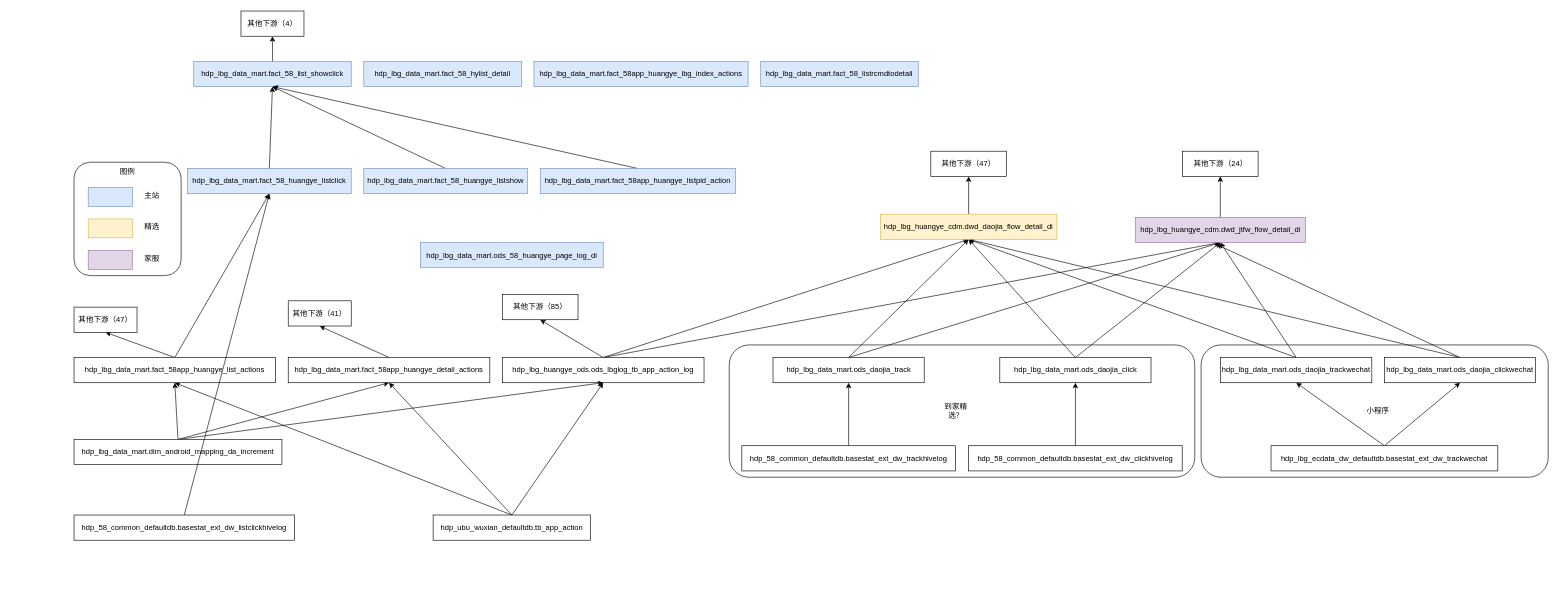
This is 未命名绘图.drawio from x841122987/draw, a draw.io file, before an edit. Source tidied: cells renumbered, new cells numbered last; positions are measured from the earlier drawing's top-left corner, leaving out a move shared by most shapes. Both pictures are drawn from the tidied source at 63%, with x=0, y=0 at pixel (74, 11).
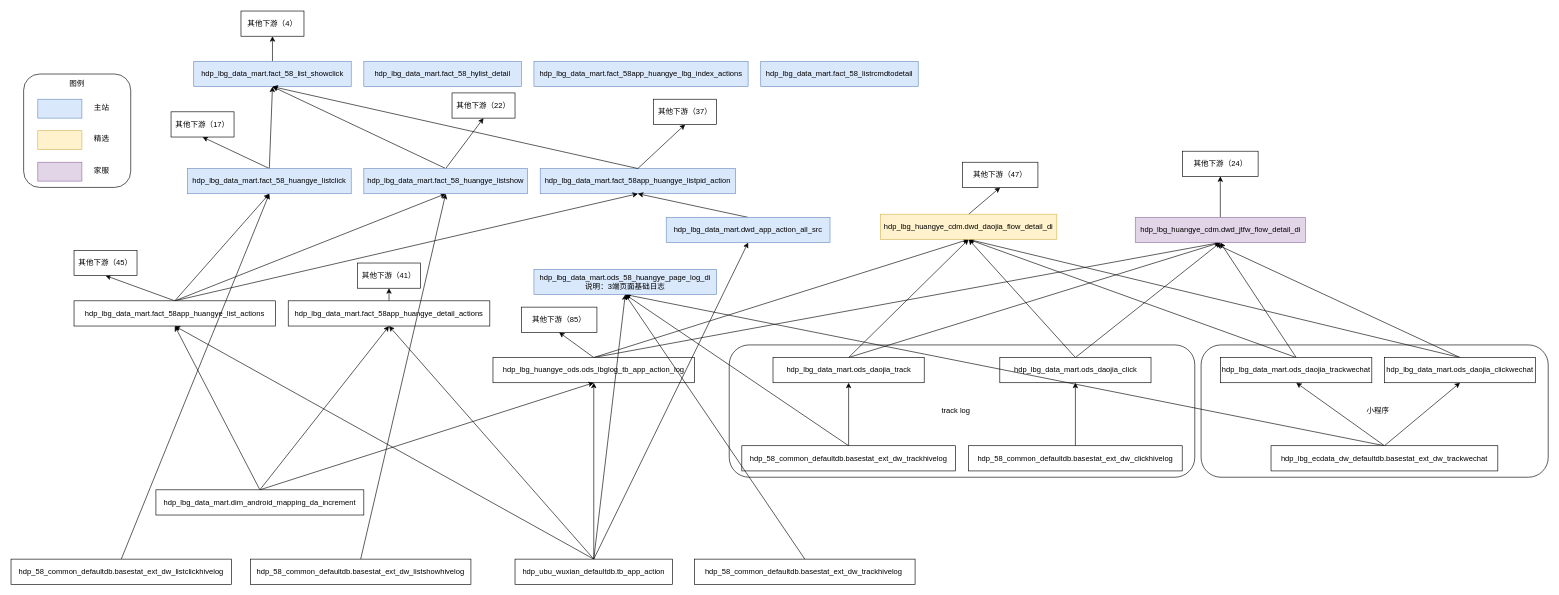
After the change.

Commit message:
更新未命名绘图.drawio

Unchanged cells that the change refers to:
```xml
<mxCell id="33" value="hdp_58_common_defaultdb.basestat_ext_dw_trackhivelog" style="rounded=0;whiteSpace=wrap;html=1;" parent="1" vertex="1">
  <mxGeometry x="1060" y="690" width="339" height="40" as="geometry" />
</mxCell>
<mxCell id="38" value="hdp_lbg_ecdata_dw_defaultdb.basestat_ext_dw_trackwechat" style="rounded=0;whiteSpace=wrap;html=1;" parent="1" vertex="1">
  <mxGeometry x="1900" y="690" width="360" height="40" as="geometry" />
</mxCell>
<mxCell id="67" value="hdp_lbg_data_mart.fact_58_huangye_listclick" style="rounded=0;whiteSpace=wrap;html=1;fillColor=#dae8fc;strokeColor=#6c8ebf;" parent="1" vertex="1">
  <mxGeometry x="180" y="250" width="260" height="40" as="geometry" />
</mxCell>
<mxCell id="69" value="hdp_lbg_data_mart.fact_58_huangye_listshow" style="rounded=0;whiteSpace=wrap;html=1;fillColor=#dae8fc;strokeColor=#6c8ebf;" parent="1" vertex="1">
  <mxGeometry x="460" y="250" width="260" height="40" as="geometry" />
</mxCell>
```

Diff of the diagram source:
```diff
@@
+    <mxCell id="71" value="hdp_lbg_data_mart.fact_58app_huangye_listpid_action" style="rounded=0;whiteSpace=wrap;html=1;fillColor=#dae8fc;strokeColor=#6c8ebf;" parent="1" vertex="1">
+      <mxGeometry x="740" y="250" width="310" height="40" as="geometry" />
+    </mxCell>
     <mxCell id="2" style="rounded=1;whiteSpace=wrap;html=1;" parent="1" vertex="1">
-      <mxGeometry y="240" width="170" height="180" as="geometry" />
+      <mxGeometry x="-80" y="100" width="170" height="180" as="geometry" />
     </mxCell>
@@
     <mxCell id="8" value="hdp_lbg_huangye_ods.ods_lbglog_tb_app_action_log" style="rounded=0;whiteSpace=wrap;html=1;" parent="1" vertex="1">
-      <mxGeometry x="680" y="550" width="320" height="40" as="geometry" />
+      <mxGeometry x="665" y="550" width="320" height="40" as="geometry" />
     </mxCell>
@@
     <mxCell id="12" value="hdp_lbg_data_mart.dim_android_mapping_da_increment" style="rounded=0;whiteSpace=wrap;html=1;" parent="1" vertex="1">
-      <mxGeometry y="680" width="330" height="40" as="geometry" />
+      <mxGeometry x="130" y="760" width="330" height="40" as="geometry" />
     </mxCell>
@@
+    <mxCell id="74" style="edgeStyle=none;rounded=0;jettySize=auto;html=1;exitX=0.5;exitY=0;exitDx=0;exitDy=0;entryX=0.5;entryY=1;entryDx=0;entryDy=0;" parent="1" edge="1" source="16" target="62">
+      <mxGeometry relative="1" as="geometry" />
+    </mxCell>
+    <mxCell id="75" style="edgeStyle=none;rounded=0;jettySize=auto;html=1;exitX=0.5;exitY=0;exitDx=0;exitDy=0;entryX=0.5;entryY=1;entryDx=0;entryDy=0;" parent="1" edge="1" source="16" target="89">
+      <mxGeometry relative="1" as="geometry" />
+    </mxCell>
     <mxCell id="16" value="hdp_ubu_wuxian_defaultdb.tb_app_action" style="rounded=0;whiteSpace=wrap;html=1;" parent="1" vertex="1">
-      <mxGeometry x="570" y="800" width="250" height="40" as="geometry" />
+      <mxGeometry x="700" y="870" width="250" height="40" as="geometry" />
     </mxCell>
     <mxCell id="17" value="其他下游（85）" style="rounded=0;whiteSpace=wrap;html=1;" parent="1" vertex="1">
-      <mxGeometry x="680" y="450" width="120" height="40" as="geometry" />
+      <mxGeometry x="710" y="470" width="120" height="40" as="geometry" />
     </mxCell>
@@
+    <mxCell id="76" style="edgeStyle=none;rounded=0;jettySize=auto;html=1;exitX=0.5;exitY=0;exitDx=0;exitDy=0;entryX=0.5;entryY=1;entryDx=0;entryDy=0;" parent="1" edge="1" source="21" target="69">
+      <mxGeometry relative="1" as="geometry" />
+    </mxCell>
+    <mxCell id="77" style="edgeStyle=none;rounded=0;jettySize=auto;html=1;exitX=0.5;exitY=0;exitDx=0;exitDy=0;entryX=0.5;entryY=1;entryDx=0;entryDy=0;" parent="1" edge="1" source="21" target="71">
+      <mxGeometry relative="1" as="geometry" />
+    </mxCell>
     <mxCell id="21" value="hdp_lbg_data_mart.fact_58app_huangye_list_actions" style="rounded=0;whiteSpace=wrap;html=1;" parent="1" vertex="1">
-      <mxGeometry y="550" width="320" height="40" as="geometry" />
+      <mxGeometry y="460" width="320" height="40" as="geometry" />
     </mxCell>
     <mxCell id="22" value="hdp_lbg_data_mart.fact_58app_huangye_detail_actions" style="rounded=0;whiteSpace=wrap;html=1;" parent="1" vertex="1">
-      <mxGeometry x="340" y="550" width="320" height="40" as="geometry" />
+      <mxGeometry x="340" y="460" width="320" height="40" as="geometry" />
     </mxCell>
     <mxCell id="23" value="其他下游（41）" style="rounded=0;whiteSpace=wrap;html=1;" parent="1" vertex="1">
-      <mxGeometry x="340" y="460" width="100" height="40" as="geometry" />
+      <mxGeometry x="450" y="400" width="100" height="40" as="geometry" />
     </mxCell>
-    <mxCell id="24" value="其他下游（47）" style="rounded=0;whiteSpace=wrap;html=1;" parent="1" vertex="1">
-      <mxGeometry y="470" width="100" height="40" as="geometry" />
+    <mxCell id="24" value="其他下游（45）" style="rounded=0;whiteSpace=wrap;html=1;" parent="1" vertex="1">
+      <mxGeometry y="380" width="100" height="40" as="geometry" />
     </mxCell>
@@
-    <mxCell id="28" value="到家精选？" style="text;html=1;strokeColor=none;fillColor=none;align=center;verticalAlign=middle;whiteSpace=wrap;rounded=0;" parent="1" vertex="1">
+    <mxCell id="28" value="track log" style="text;html=1;strokeColor=none;fillColor=none;align=center;verticalAlign=middle;whiteSpace=wrap;rounded=0;" parent="1" vertex="1">
       <mxGeometry x="1370" y="620" width="60" height="30" as="geometry" />
     </mxCell>
@@
+    <mxCell id="78" style="edgeStyle=none;rounded=0;jettySize=auto;html=1;exitX=0.5;exitY=0;exitDx=0;exitDy=0;entryX=0.5;entryY=1;entryDx=0;entryDy=0;" parent="1" edge="1" source="33" target="62">
+      <mxGeometry relative="1" as="geometry" />
+    </mxCell>
@@
+    <mxCell id="79" style="edgeStyle=none;rounded=0;jettySize=auto;html=1;exitX=0.5;exitY=0;exitDx=0;exitDy=0;entryX=0.5;entryY=1;entryDx=0;entryDy=0;" parent="1" edge="1" source="38" target="62">
+      <mxGeometry relative="1" as="geometry" />
+    </mxCell>
@@
     <mxCell id="48" style="rounded=0;whiteSpace=wrap;html=1;fillColor=#fff2cc;strokeColor=#d6b656;" parent="1" vertex="1">
-      <mxGeometry x="22.5" y="330" width="70" height="30" as="geometry" />
+      <mxGeometry x="-57.5" y="190" width="70" height="30" as="geometry" />
     </mxCell>
     <mxCell id="49" value="精选" style="text;html=1;strokeColor=none;fillColor=none;align=center;verticalAlign=middle;whiteSpace=wrap;rounded=0;" parent="1" vertex="1">
-      <mxGeometry x="94" y="327.5" width="60" height="30" as="geometry" />
+      <mxGeometry x="14" y="187.5" width="60" height="30" as="geometry" />
     </mxCell>
     <mxCell id="50" style="rounded=0;whiteSpace=wrap;html=1;fillColor=#dae8fc;strokeColor=#6c8ebf;" parent="1" vertex="1">
-      <mxGeometry x="22.5" y="280" width="70" height="30" as="geometry" />
+      <mxGeometry x="-57.5" y="140" width="70" height="30" as="geometry" />
     </mxCell>
     <mxCell id="51" value="主站" style="text;html=1;strokeColor=none;fillColor=none;align=center;verticalAlign=middle;whiteSpace=wrap;rounded=0;" parent="1" vertex="1">
-      <mxGeometry x="94" y="277.5" width="60" height="30" as="geometry" />
+      <mxGeometry x="14" y="137.5" width="60" height="30" as="geometry" />
     </mxCell>
     <mxCell id="52" style="rounded=0;whiteSpace=wrap;html=1;fillColor=#e1d5e7;strokeColor=#9673a6;" parent="1" vertex="1">
-      <mxGeometry x="22.5" y="380" width="70" height="30" as="geometry" />
+      <mxGeometry x="-57.5" y="240" width="70" height="30" as="geometry" />
     </mxCell>
     <mxCell id="53" value="家服" style="text;html=1;strokeColor=none;fillColor=none;align=center;verticalAlign=middle;whiteSpace=wrap;rounded=0;" parent="1" vertex="1">
-      <mxGeometry x="94" y="377.5" width="60" height="30" as="geometry" />
+      <mxGeometry x="14" y="237.5" width="60" height="30" as="geometry" />
     </mxCell>
     <mxCell id="54" value="图例" style="text;html=1;strokeColor=none;fillColor=none;align=center;verticalAlign=middle;whiteSpace=wrap;rounded=0;" parent="1" vertex="1">
-      <mxGeometry x="55" y="240" width="60" height="30" as="geometry" />
+      <mxGeometry x="-25" y="100" width="60" height="30" as="geometry" />
     </mxCell>
@@
     <mxCell id="58" value="其他下游（47）" style="rounded=0;whiteSpace=wrap;html=1;" parent="1" vertex="1">
-      <mxGeometry x="1360" y="222.5" width="120" height="40" as="geometry" />
+      <mxGeometry x="1410" y="240" width="120" height="40" as="geometry" />
     </mxCell>
@@
-    <mxCell id="62" value="hdp_lbg_data_mart.ods_58_huangye_page_log_di" style="rounded=0;whiteSpace=wrap;html=1;fillColor=#dae8fc;strokeColor=#6c8ebf;" parent="1" vertex="1">
-      <mxGeometry x="550" y="367.5" width="290" height="40" as="geometry" />
+    <mxCell id="62" value="hdp_lbg_data_mart.ods_58_huangye_page_log_di&lt;br&gt;说明：3端页面基础日志" style="rounded=0;whiteSpace=wrap;html=1;fillColor=#dae8fc;strokeColor=#6c8ebf;" parent="1" vertex="1">
+      <mxGeometry x="730" y="410" width="290" height="40" as="geometry" />
     </mxCell>
@@
+    <mxCell id="80" style="edgeStyle=none;rounded=0;jettySize=auto;html=1;exitX=0.5;exitY=0;exitDx=0;exitDy=0;entryX=0.5;entryY=1;entryDx=0;entryDy=0;" parent="1" edge="1" source="67" target="83">
+      <mxGeometry relative="1" as="geometry" />
+    </mxCell>
@@
+    <mxCell id="81" style="edgeStyle=none;rounded=0;jettySize=auto;html=1;exitX=0.5;exitY=0;exitDx=0;exitDy=0;entryX=0.5;entryY=1;entryDx=0;entryDy=0;" parent="1" edge="1" source="69" target="84">
+      <mxGeometry relative="1" as="geometry" />
+    </mxCell>
@@
-    <mxCell id="71" value="hdp_lbg_data_mart.fact_58app_huangye_listpid_action" style="rounded=0;whiteSpace=wrap;html=1;fillColor=#dae8fc;strokeColor=#6c8ebf;" parent="1" vertex="1">
-      <mxGeometry x="740" y="250" width="310" height="40" as="geometry" />
-    </mxCell>
+    <mxCell id="82" style="edgeStyle=none;rounded=0;jettySize=auto;html=1;exitX=0.5;exitY=0;exitDx=0;exitDy=0;entryX=0.5;entryY=1;entryDx=0;entryDy=0;" parent="1" edge="1" source="71" target="87">
+      <mxGeometry relative="1" as="geometry" />
+    </mxCell>
@@
     <mxCell id="73" value="hdp_58_common_defaultdb.basestat_ext_dw_listclickhivelog" style="rounded=0;whiteSpace=wrap;html=1;" parent="1" vertex="1">
-      <mxGeometry y="800" width="350" height="40" as="geometry" />
+      <mxGeometry x="-100" y="870" width="350" height="40" as="geometry" />
     </mxCell>
+    <mxCell id="83" value="其他下游（17）" style="rounded=0;whiteSpace=wrap;html=1;" parent="1" vertex="1">
+      <mxGeometry x="154" y="160" width="100" height="40" as="geometry" />
+    </mxCell>
+    <mxCell id="84" value="其他下游（22）" style="rounded=0;whiteSpace=wrap;html=1;" parent="1" vertex="1">
+      <mxGeometry x="600" y="130" width="100" height="40" as="geometry" />
+    </mxCell>
+    <mxCell id="85" style="edgeStyle=none;rounded=0;jettySize=auto;html=1;exitX=0.5;exitY=0;exitDx=0;exitDy=0;entryX=0.5;entryY=1;entryDx=0;entryDy=0;" parent="1" edge="1" source="86" target="69">
+      <mxGeometry relative="1" as="geometry" />
+    </mxCell>
+    <mxCell id="86" value="hdp_58_common_defaultdb.basestat_ext_dw_listshowhivelog" style="rounded=0;whiteSpace=wrap;html=1;" parent="1" vertex="1">
+      <mxGeometry x="280" y="870" width="350" height="40" as="geometry" />
+    </mxCell>
+    <mxCell id="87" value="其他下游（37）" style="rounded=0;whiteSpace=wrap;html=1;" parent="1" vertex="1">
+      <mxGeometry x="920" y="140" width="100" height="40" as="geometry" />
+    </mxCell>
+    <mxCell id="88" style="edgeStyle=none;rounded=0;jettySize=auto;html=1;exitX=0.5;exitY=0;exitDx=0;exitDy=0;entryX=0.5;entryY=1;entryDx=0;entryDy=0;" parent="1" edge="1" source="89" target="71">
+      <mxGeometry relative="1" as="geometry" />
+    </mxCell>
+    <mxCell id="89" value="hdp_lbg_data_mart.dwd_app_action_all_src" style="rounded=0;whiteSpace=wrap;html=1;fillColor=#dae8fc;strokeColor=#6c8ebf;" parent="1" vertex="1">
+      <mxGeometry x="940" y="327.5" width="260" height="40" as="geometry" />
+    </mxCell>
+    <mxCell id="90" style="rounded=0;jettySize=auto;html=1;exitX=0.5;exitY=0;exitDx=0;exitDy=0;entryX=0.5;entryY=1;entryDx=0;entryDy=0;" parent="1" edge="1" source="91" target="62">
+      <mxGeometry relative="1" as="geometry" />
+    </mxCell>
+    <mxCell id="91" value="hdp_58_common_defaultdb.basestat_ext_dw_trackhivelog&amp;nbsp;" style="rounded=0;whiteSpace=wrap;html=1;" parent="1" vertex="1">
+      <mxGeometry x="985" y="870" width="350" height="40" as="geometry" />
+    </mxCell>
```
